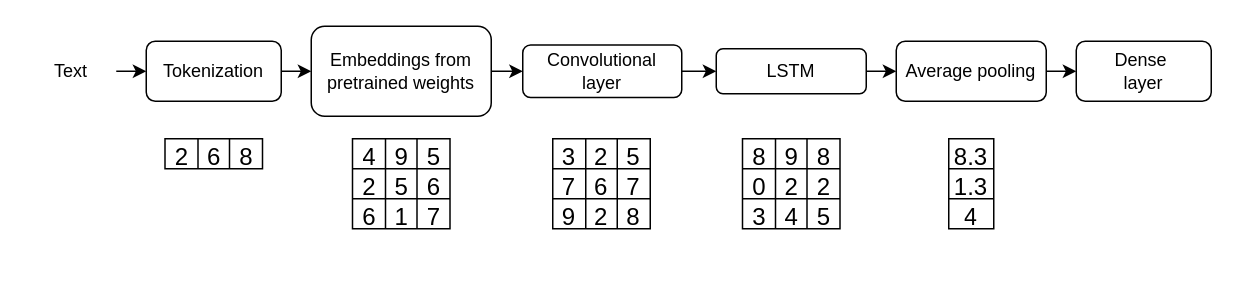
Above: lstm.drawio in NLP-Challenges/Text-Classification (draw.io), before the change. Source tidied: cells renumbered, new cells numbered last; positions are measured from the earlier drawing's top-left corner, leaving out a move shared by most shapes. Both pictures are drawn from the tidied source at 150%, with x=0, y=0 at pixel (26, 26).
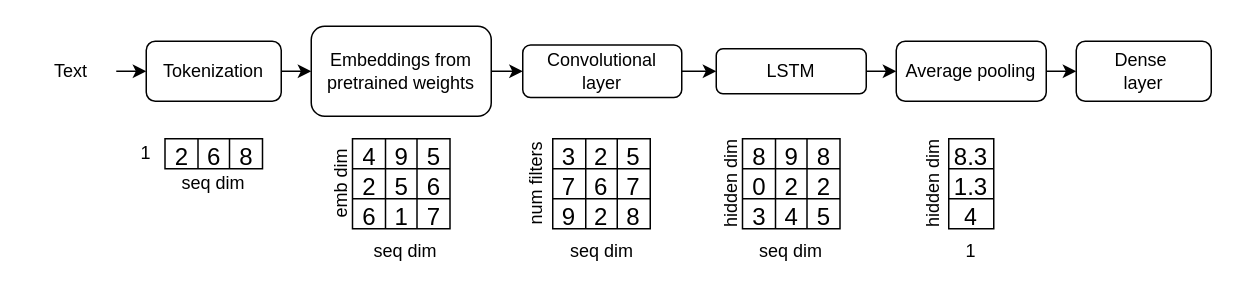
The same page after the edit.

What changed in the source:
```diff
@@
+    <mxCell id="66" value="seq dim" style="text;html=1;strokeColor=none;fillColor=none;align=center;verticalAlign=middle;whiteSpace=wrap;rounded=0;" parent="1" vertex="1">
+      <mxGeometry x="95" y="90" width="60" height="30" as="geometry" />
+    </mxCell>
+    <mxCell id="67" value="seq dim" style="text;html=1;strokeColor=none;fillColor=none;align=center;verticalAlign=middle;whiteSpace=wrap;rounded=0;" parent="1" vertex="1">
+      <mxGeometry x="222.5" y="135" width="60" height="30" as="geometry" />
+    </mxCell>
+    <mxCell id="68" value="seq dim" style="text;html=1;strokeColor=none;fillColor=none;align=center;verticalAlign=middle;whiteSpace=wrap;rounded=0;" parent="1" vertex="1">
+      <mxGeometry x="354" y="135" width="60" height="30" as="geometry" />
+    </mxCell>
+    <mxCell id="69" value="seq dim" style="text;html=1;strokeColor=none;fillColor=none;align=center;verticalAlign=middle;whiteSpace=wrap;rounded=0;" parent="1" vertex="1">
+      <mxGeometry x="480" y="135" width="60" height="30" as="geometry" />
+    </mxCell>
+    <mxCell id="70" value="emb dim" style="text;html=1;strokeColor=none;fillColor=none;align=center;verticalAlign=middle;whiteSpace=wrap;rounded=0;rotation=-90;" parent="1" vertex="1">
+      <mxGeometry x="180" y="90" width="60" height="30" as="geometry" />
+    </mxCell>
+    <mxCell id="71" value="num filters" style="text;html=1;strokeColor=none;fillColor=none;align=center;verticalAlign=middle;whiteSpace=wrap;rounded=0;rotation=-90;" parent="1" vertex="1">
+      <mxGeometry x="310" y="90" width="60" height="30" as="geometry" />
+    </mxCell>
+    <mxCell id="72" value="hidden dim" style="text;html=1;strokeColor=none;fillColor=none;align=center;verticalAlign=middle;whiteSpace=wrap;rounded=0;rotation=-90;" parent="1" vertex="1">
+      <mxGeometry x="430" y="90" width="80" height="30" as="geometry" />
+    </mxCell>
+    <mxCell id="73" value="hidden dim" style="text;html=1;strokeColor=none;fillColor=none;align=center;verticalAlign=middle;whiteSpace=wrap;rounded=0;rotation=-90;" parent="1" vertex="1">
+      <mxGeometry x="565" y="90" width="80" height="30" as="geometry" />
+    </mxCell>
+    <mxCell id="74" value="1" style="text;html=1;strokeColor=none;fillColor=none;align=center;verticalAlign=middle;whiteSpace=wrap;rounded=0;" parent="1" vertex="1">
+      <mxGeometry x="600" y="135" width="60" height="30" as="geometry" />
+    </mxCell>
+    <mxCell id="75" value="1" style="text;html=1;strokeColor=none;fillColor=none;align=center;verticalAlign=middle;whiteSpace=wrap;rounded=0;" parent="1" vertex="1">
+      <mxGeometry x="50" y="70" width="60" height="30" as="geometry" />
+    </mxCell>
```
